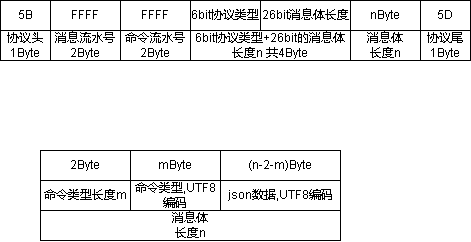
The draw.io diagram 星冠JSON通讯.drawio.png in xktder/draw, before a commit. Source tidied: cells renumbered, new cells last; positions are measured from the earlier drawing's top-left corner, leaving out a move shared by most shapes.
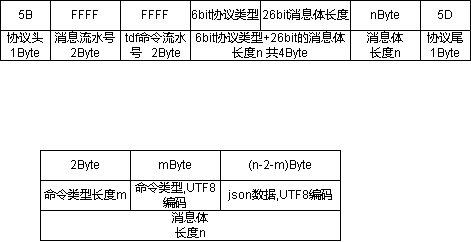
After the commit.

Commit message:
更新星冠JSON通讯.drawio.png

The edit, as a diff of the source:
```diff
@@ -14,7 +14,7 @@
     <mxCell id="5" value="FFFF" style="rounded=0;whiteSpace=wrap;html=1;" parent="1" vertex="1">
       <mxGeometry x="50" width="70" height="30" as="geometry" />
     </mxCell>
-    <mxCell id="6" value="命令流水号&lt;br&gt;2Byte" style="rounded=0;whiteSpace=wrap;html=1;" parent="1" vertex="1">
+    <mxCell id="6" value="tdf命令流水号&amp;nbsp; &amp;nbsp;2Byte" style="rounded=0;whiteSpace=wrap;html=1;" parent="1" vertex="1">
       <mxGeometry x="120" y="30" width="70" height="30" as="geometry" />
     </mxCell>
     <mxCell id="7" value="FFFF" style="rounded=0;whiteSpace=wrap;html=1;" parent="1" vertex="1">
```
